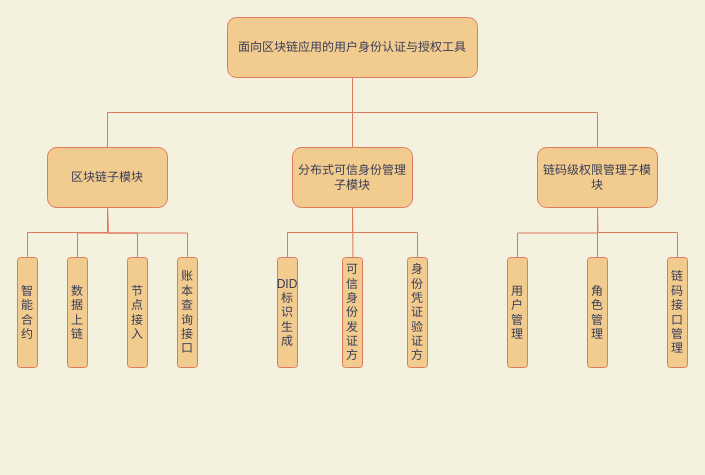
The draw.io diagram 系统模块图.drawio in doubleBeans/doubleBeans, before the edit. Source tidied: cells renumbered, new cells numbered last; positions are measured from the earlier drawing's top-left corner, leaving out a move shared by most shapes. Both pictures are drawn from the tidied source at 100%, with x=0, y=0 at pixel (17, 17).
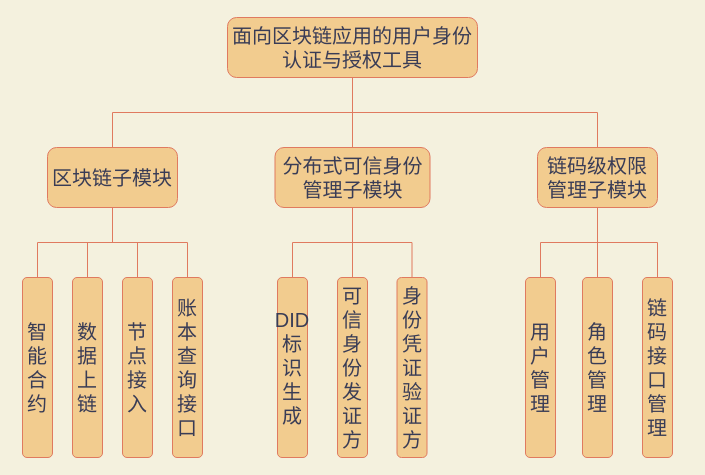
The same diagram, later.

Commit message:
Update 系统模块图.drawio

The edit, as a diff of the source:
```diff
@@
-    <mxCell id="2" style="edgeStyle=orthogonalEdgeStyle;rounded=0;jettySize=auto;html=1;exitX=0.5;exitY=1;exitDx=0;exitDy=0;entryX=0.5;entryY=0;entryDx=0;entryDy=0;fontFamily=Helvetica;endArrow=none;endFill=0;labelBackgroundColor=#F4F1DE;strokeColor=#E07A5F;fontColor=#393C56;" parent="1" edge="1" source="3" target="6">
+    <mxCell id="2" style="edgeStyle=orthogonalEdgeStyle;rounded=0;jettySize=auto;html=1;exitX=0.5;exitY=1;exitDx=0;exitDy=0;entryX=0.5;entryY=0;entryDx=0;entryDy=0;fontFamily=Helvetica;endArrow=none;endFill=0;labelBackgroundColor=#F4F1DE;strokeColor=#E07A5F;fontColor=#393C56;fontSize=20;" parent="1" edge="1" source="3" target="6">
       <mxGeometry relative="1" as="geometry" />
     </mxCell>
-    <mxCell id="3" value="面向区块链应用的用户身份认证与授权工具" style="rounded=1;whiteSpace=wrap;html=1;fillColor=#F2CC8F;strokeColor=#E07A5F;fontColor=#393C56;" parent="1" vertex="1">
+    <mxCell id="3" value="面向区块链应用的用户身份认证与授权工具" style="rounded=1;whiteSpace=wrap;html=1;fillColor=#F2CC8F;strokeColor=#E07A5F;fontColor=#393C56;fontSize=20;" parent="1" vertex="1">
       <mxGeometry x="210" width="250" height="60" as="geometry" />
     </mxCell>
-    <mxCell id="4" style="edgeStyle=orthogonalEdgeStyle;rounded=0;jettySize=auto;html=1;exitX=0.5;exitY=0;exitDx=0;exitDy=0;entryX=0.5;entryY=1;entryDx=0;entryDy=0;fontFamily=Helvetica;endArrow=none;endFill=0;labelBackgroundColor=#F4F1DE;strokeColor=#E07A5F;fontColor=#393C56;" parent="1" edge="1" source="5" target="3">
+    <mxCell id="4" style="edgeStyle=orthogonalEdgeStyle;rounded=0;jettySize=auto;html=1;exitX=0.5;exitY=0;exitDx=0;exitDy=0;entryX=0.5;entryY=1;entryDx=0;entryDy=0;fontFamily=Helvetica;endArrow=none;endFill=0;labelBackgroundColor=#F4F1DE;strokeColor=#E07A5F;fontColor=#393C56;fontSize=20;" parent="1" edge="1" source="5" target="3">
       <mxGeometry relative="1" as="geometry" />
     </mxCell>
-    <mxCell id="5" value="区块链子模块" style="rounded=1;whiteSpace=wrap;html=1;fillColor=#F2CC8F;strokeColor=#E07A5F;fontColor=#393C56;" parent="1" vertex="1">
-      <mxGeometry x="30" y="130" width="120" height="60" as="geometry" />
+    <mxCell id="5" value="区块链子模块" style="rounded=1;whiteSpace=wrap;html=1;fillColor=#F2CC8F;strokeColor=#E07A5F;fontColor=#393C56;fontSize=20;" parent="1" vertex="1">
+      <mxGeometry x="30" y="130" width="130" height="60" as="geometry" />
     </mxCell>
-    <mxCell id="6" value="分布式可信身份管理子模块" style="rounded=1;whiteSpace=wrap;html=1;fillColor=#F2CC8F;strokeColor=#E07A5F;fontColor=#393C56;" parent="1" vertex="1">
-      <mxGeometry x="275" y="130" width="120" height="60" as="geometry" />
+    <mxCell id="6" value="分布式可信身份管理子模块" style="rounded=1;whiteSpace=wrap;html=1;fillColor=#F2CC8F;strokeColor=#E07A5F;fontColor=#393C56;fontSize=20;" parent="1" vertex="1">
+      <mxGeometry x="257.5" y="130" width="155" height="60" as="geometry" />
     </mxCell>
-    <mxCell id="7" style="edgeStyle=orthogonalEdgeStyle;rounded=0;jettySize=auto;html=1;exitX=0.5;exitY=0;exitDx=0;exitDy=0;fontFamily=Helvetica;endArrow=none;endFill=0;labelBackgroundColor=#F4F1DE;strokeColor=#E07A5F;fontColor=#393C56;" parent="1" edge="1" source="8" target="3">
+    <mxCell id="7" style="edgeStyle=orthogonalEdgeStyle;rounded=0;jettySize=auto;html=1;exitX=0.5;exitY=0;exitDx=0;exitDy=0;fontFamily=Helvetica;endArrow=none;endFill=0;labelBackgroundColor=#F4F1DE;strokeColor=#E07A5F;fontColor=#393C56;fontSize=20;" parent="1" edge="1" source="8" target="3">
       <mxGeometry relative="1" as="geometry" />
     </mxCell>
-    <mxCell id="8" value="链码级权限管理子模块" style="rounded=1;whiteSpace=wrap;html=1;fillColor=#F2CC8F;strokeColor=#E07A5F;fontColor=#393C56;" parent="1" vertex="1">
+    <mxCell id="8" value="链码级权限管理子模块" style="rounded=1;whiteSpace=wrap;html=1;fillColor=#F2CC8F;strokeColor=#E07A5F;fontColor=#393C56;fontSize=20;" parent="1" vertex="1">
       <mxGeometry x="520" y="130" width="120" height="60" as="geometry" />
     </mxCell>
-    <mxCell id="9" style="edgeStyle=orthogonalEdgeStyle;rounded=0;jettySize=auto;html=1;exitX=0.5;exitY=0;exitDx=0;exitDy=0;entryX=0.5;entryY=1;entryDx=0;entryDy=0;fontFamily=Helvetica;endArrow=none;endFill=0;labelBackgroundColor=#F4F1DE;strokeColor=#E07A5F;fontColor=#393C56;" parent="1" edge="1" source="10" target="5">
+    <mxCell id="9" style="edgeStyle=orthogonalEdgeStyle;rounded=0;jettySize=auto;html=1;exitX=0.5;exitY=0;exitDx=0;exitDy=0;entryX=0.5;entryY=1;entryDx=0;entryDy=0;fontSize=20;endArrow=none;endFill=0;labelBackgroundColor=#F4F1DE;strokeColor=#E07A5F;fontColor=#393C56;" parent="1" edge="1" source="10" target="5">
       <mxGeometry relative="1" as="geometry" />
     </mxCell>
-    <mxCell id="10" value="智能合约" style="rounded=1;whiteSpace=wrap;html=1;imageWidth=24;imageHeight=24;fillColor=#F2CC8F;strokeColor=#E07A5F;fontColor=#393C56;" parent="1" vertex="1">
-      <mxGeometry y="240" width="20" height="110" as="geometry" />
+    <mxCell id="10" value="智能合约" style="rounded=1;whiteSpace=wrap;html=1;imageWidth=24;imageHeight=24;fillColor=#F2CC8F;strokeColor=#E07A5F;fontColor=#393C56;fontSize=20;flipH=1;" parent="1" vertex="1">
+      <mxGeometry x="5" y="260" width="30" height="180" as="geometry" />
     </mxCell>
-    <mxCell id="11" style="edgeStyle=orthogonalEdgeStyle;rounded=0;jettySize=auto;html=1;exitX=0.5;exitY=0;exitDx=0;exitDy=0;fontFamily=Helvetica;endArrow=none;endFill=0;labelBackgroundColor=#F4F1DE;strokeColor=#E07A5F;fontColor=#393C56;" parent="1" edge="1" source="12">
-      <mxGeometry relative="1" as="geometry">
-        <mxPoint x="90" y="190" as="targetPoint" />
-      </mxGeometry>
-    </mxCell>
+    <mxCell id="29" style="edgeStyle=orthogonalEdgeStyle;rounded=0;jettySize=auto;html=1;exitX=0.5;exitY=0;exitDx=0;exitDy=0;entryX=0.5;entryY=1;entryDx=0;entryDy=0;fontSize=20;endArrow=none;endFill=0;labelBackgroundColor=#F4F1DE;strokeColor=#E07A5F;fontColor=#393C56;" parent="1" edge="1" source="12" target="5">
+      <mxGeometry relative="1" as="geometry" />
+    </mxCell>
-    <mxCell id="12" value="数据上链" style="rounded=1;whiteSpace=wrap;html=1;imageWidth=24;imageHeight=24;fillColor=#F2CC8F;strokeColor=#E07A5F;fontColor=#393C56;" parent="1" vertex="1">
-      <mxGeometry x="50" y="240" width="20" height="110" as="geometry" />
+    <mxCell id="12" value="数据上链" style="rounded=1;whiteSpace=wrap;html=1;imageWidth=24;imageHeight=24;fillColor=#F2CC8F;strokeColor=#E07A5F;fontColor=#393C56;fontSize=20;flipH=1;" parent="1" vertex="1">
+      <mxGeometry x="55" y="260" width="30" height="180" as="geometry" />
     </mxCell>
-    <mxCell id="13" style="edgeStyle=orthogonalEdgeStyle;rounded=0;jettySize=auto;html=1;exitX=0.5;exitY=0;exitDx=0;exitDy=0;fontFamily=Helvetica;endArrow=none;endFill=0;labelBackgroundColor=#F4F1DE;strokeColor=#E07A5F;fontColor=#393C56;" parent="1" edge="1" source="14">
-      <mxGeometry relative="1" as="geometry">
-        <mxPoint x="90" y="190" as="targetPoint" />
-      </mxGeometry>
-    </mxCell>
+    <mxCell id="30" style="edgeStyle=orthogonalEdgeStyle;rounded=0;jettySize=auto;html=1;exitX=0.5;exitY=0;exitDx=0;exitDy=0;entryX=0.5;entryY=1;entryDx=0;entryDy=0;fontSize=20;endArrow=none;endFill=0;labelBackgroundColor=#F4F1DE;strokeColor=#E07A5F;fontColor=#393C56;" parent="1" edge="1" source="14" target="5">
+      <mxGeometry relative="1" as="geometry" />
+    </mxCell>
-    <mxCell id="14" value="节点接入" style="rounded=1;whiteSpace=wrap;html=1;imageWidth=24;imageHeight=24;fillColor=#F2CC8F;strokeColor=#E07A5F;fontColor=#393C56;" parent="1" vertex="1">
-      <mxGeometry x="110" y="240" width="20" height="110" as="geometry" />
+    <mxCell id="14" value="节点接入" style="rounded=1;whiteSpace=wrap;html=1;imageWidth=24;imageHeight=24;fillColor=#F2CC8F;strokeColor=#E07A5F;fontColor=#393C56;fontSize=20;flipH=1;" parent="1" vertex="1">
+      <mxGeometry x="105" y="260" width="30" height="180" as="geometry" />
     </mxCell>
-    <mxCell id="15" style="edgeStyle=orthogonalEdgeStyle;rounded=0;jettySize=auto;html=1;exitX=0.5;exitY=0;exitDx=0;exitDy=0;fontFamily=Helvetica;endArrow=none;endFill=0;labelBackgroundColor=#F4F1DE;strokeColor=#E07A5F;fontColor=#393C56;" parent="1" edge="1" source="16">
-      <mxGeometry relative="1" as="geometry">
-        <mxPoint x="90" y="190" as="targetPoint" />
-      </mxGeometry>
-    </mxCell>
+    <mxCell id="31" style="edgeStyle=orthogonalEdgeStyle;rounded=0;jettySize=auto;html=1;exitX=0.5;exitY=0;exitDx=0;exitDy=0;fontSize=20;endArrow=none;endFill=0;labelBackgroundColor=#F4F1DE;strokeColor=#E07A5F;fontColor=#393C56;" parent="1" edge="1" source="16" target="5">
+      <mxGeometry relative="1" as="geometry" />
+    </mxCell>
-    <mxCell id="16" value="账本查询接口" style="rounded=1;whiteSpace=wrap;html=1;imageWidth=24;imageHeight=24;fillColor=#F2CC8F;strokeColor=#E07A5F;fontColor=#393C56;" parent="1" vertex="1">
-      <mxGeometry x="160" y="240" width="20" height="110" as="geometry" />
+    <mxCell id="16" value="账本查询接口" style="rounded=1;whiteSpace=wrap;html=1;imageWidth=24;imageHeight=24;fillColor=#F2CC8F;strokeColor=#E07A5F;fontColor=#393C56;fontSize=20;flipH=1;" parent="1" vertex="1">
+      <mxGeometry x="155" y="260" width="30" height="180" as="geometry" />
     </mxCell>
-    <mxCell id="17" style="edgeStyle=orthogonalEdgeStyle;rounded=0;jettySize=auto;html=1;exitX=0.5;exitY=0;exitDx=0;exitDy=0;fontFamily=Helvetica;endArrow=none;endFill=0;labelBackgroundColor=#F4F1DE;strokeColor=#E07A5F;fontColor=#393C56;" parent="1" edge="1" source="18" target="6">
+    <mxCell id="17" style="edgeStyle=orthogonalEdgeStyle;rounded=0;jettySize=auto;html=1;exitX=0.5;exitY=0;exitDx=0;exitDy=0;fontSize=20;endArrow=none;endFill=0;labelBackgroundColor=#F4F1DE;strokeColor=#E07A5F;fontColor=#393C56;" parent="1" edge="1" source="18" target="6">
       <mxGeometry relative="1" as="geometry" />
     </mxCell>
-    <mxCell id="18" value="DID标识生成" style="rounded=1;whiteSpace=wrap;html=1;fontFamily=Helvetica;imageWidth=24;imageHeight=24;fillColor=#F2CC8F;strokeColor=#E07A5F;fontColor=#393C56;" parent="1" vertex="1">
-      <mxGeometry x="260" y="240" width="20" height="110" as="geometry" />
+    <mxCell id="18" value="DID标识生成" style="rounded=1;whiteSpace=wrap;html=1;fontFamily=Helvetica;imageWidth=24;imageHeight=24;fillColor=#F2CC8F;strokeColor=#E07A5F;fontColor=#393C56;fontSize=20;flipH=1;" parent="1" vertex="1">
+      <mxGeometry x="260" y="260" width="30" height="180" as="geometry" />
     </mxCell>
-    <mxCell id="19" style="edgeStyle=orthogonalEdgeStyle;rounded=0;jettySize=auto;html=1;fontFamily=Helvetica;endArrow=none;endFill=0;labelBackgroundColor=#F4F1DE;strokeColor=#E07A5F;fontColor=#393C56;" parent="1" edge="1" target="6">
-      <mxGeometry relative="1" as="geometry">
-        <mxPoint x="335" y="290" as="sourcePoint" />
-      </mxGeometry>
-    </mxCell>
+    <mxCell id="32" style="edgeStyle=orthogonalEdgeStyle;rounded=0;jettySize=auto;html=1;exitX=0.5;exitY=0;exitDx=0;exitDy=0;entryX=0.5;entryY=1;entryDx=0;entryDy=0;fontSize=20;endArrow=none;endFill=0;labelBackgroundColor=#F4F1DE;strokeColor=#E07A5F;fontColor=#393C56;" parent="1" edge="1" source="20" target="6">
+      <mxGeometry relative="1" as="geometry" />
+    </mxCell>
-    <mxCell id="20" value="可信身份发证方" style="rounded=1;whiteSpace=wrap;html=1;fontFamily=Helvetica;imageWidth=24;imageHeight=24;fillColor=#F2CC8F;strokeColor=#E07A5F;fontColor=#393C56;" parent="1" vertex="1">
-      <mxGeometry x="325" y="240" width="20" height="110" as="geometry" />
+    <mxCell id="20" value="可信身份发证方" style="rounded=1;whiteSpace=wrap;html=1;fontFamily=Helvetica;imageWidth=24;imageHeight=24;fillColor=#F2CC8F;strokeColor=#E07A5F;fontColor=#393C56;fontSize=20;flipH=1;" parent="1" vertex="1">
+      <mxGeometry x="320" y="260" width="30" height="180" as="geometry" />
     </mxCell>
-    <mxCell id="21" style="edgeStyle=orthogonalEdgeStyle;rounded=0;jettySize=auto;html=1;exitX=0.5;exitY=0;exitDx=0;exitDy=0;entryX=0.5;entryY=1;entryDx=0;entryDy=0;fontFamily=Helvetica;endArrow=none;endFill=0;labelBackgroundColor=#F4F1DE;strokeColor=#E07A5F;fontColor=#393C56;" parent="1" edge="1" source="22" target="6">
+    <mxCell id="21" style="edgeStyle=orthogonalEdgeStyle;rounded=0;jettySize=auto;html=1;exitX=0.5;exitY=0;exitDx=0;exitDy=0;fontSize=20;endArrow=none;endFill=0;labelBackgroundColor=#F4F1DE;strokeColor=#E07A5F;fontColor=#393C56;" parent="1" edge="1" source="22" target="6">
       <mxGeometry relative="1" as="geometry" />
     </mxCell>
-    <mxCell id="22" value="身份凭证验证方" style="rounded=1;whiteSpace=wrap;html=1;fontFamily=Helvetica;imageWidth=24;imageHeight=24;fillColor=#F2CC8F;strokeColor=#E07A5F;fontColor=#393C56;" parent="1" vertex="1">
-      <mxGeometry x="390" y="240" width="20" height="110" as="geometry" />
+    <mxCell id="22" value="身份凭证验证方" style="rounded=1;whiteSpace=wrap;html=1;fontFamily=Helvetica;imageWidth=24;imageHeight=24;fillColor=#F2CC8F;strokeColor=#E07A5F;fontColor=#393C56;fontSize=20;flipH=1;" parent="1" vertex="1">
+      <mxGeometry x="379.5" y="260" width="30" height="180" as="geometry" />
     </mxCell>
-    <mxCell id="23" style="edgeStyle=orthogonalEdgeStyle;rounded=0;jettySize=auto;html=1;exitX=0.5;exitY=0;exitDx=0;exitDy=0;fontFamily=Helvetica;endArrow=none;endFill=0;labelBackgroundColor=#F4F1DE;strokeColor=#E07A5F;fontColor=#393C56;" parent="1" edge="1" source="24">
-      <mxGeometry relative="1" as="geometry">
-        <mxPoint x="580" y="190" as="targetPoint" />
-      </mxGeometry>
-    </mxCell>
+    <mxCell id="33" style="edgeStyle=orthogonalEdgeStyle;rounded=0;jettySize=auto;html=1;exitX=0.5;exitY=0;exitDx=0;exitDy=0;entryX=0.5;entryY=1;entryDx=0;entryDy=0;fontSize=20;endArrow=none;endFill=0;labelBackgroundColor=#F4F1DE;strokeColor=#E07A5F;fontColor=#393C56;" parent="1" edge="1" source="24" target="8">
+      <mxGeometry relative="1" as="geometry" />
+    </mxCell>
-    <mxCell id="24" value="用户管理" style="rounded=1;whiteSpace=wrap;html=1;fontFamily=Helvetica;imageWidth=24;imageHeight=24;fillColor=#F2CC8F;strokeColor=#E07A5F;fontColor=#393C56;" parent="1" vertex="1">
-      <mxGeometry x="490" y="240" width="20" height="110" as="geometry" />
+    <mxCell id="24" value="用户管理" style="rounded=1;whiteSpace=wrap;html=1;fontFamily=Helvetica;imageWidth=24;imageHeight=24;fillColor=#F2CC8F;strokeColor=#E07A5F;fontColor=#393C56;fontSize=20;" parent="1" vertex="1">
+      <mxGeometry x="508" y="260" width="30" height="180" as="geometry" />
     </mxCell>
-    <mxCell id="25" style="edgeStyle=orthogonalEdgeStyle;rounded=0;jettySize=auto;html=1;exitX=0.5;exitY=0;exitDx=0;exitDy=0;fontFamily=Helvetica;endArrow=none;endFill=0;labelBackgroundColor=#F4F1DE;strokeColor=#E07A5F;fontColor=#393C56;" parent="1" edge="1" source="26">
-      <mxGeometry relative="1" as="geometry">
-        <mxPoint x="580" y="190" as="targetPoint" />
-      </mxGeometry>
-    </mxCell>
+    <mxCell id="34" style="edgeStyle=orthogonalEdgeStyle;rounded=0;jettySize=auto;html=1;exitX=0.5;exitY=0;exitDx=0;exitDy=0;entryX=0.5;entryY=1;entryDx=0;entryDy=0;fontSize=20;endArrow=none;endFill=0;labelBackgroundColor=#F4F1DE;strokeColor=#E07A5F;fontColor=#393C56;" parent="1" edge="1" source="26" target="8">
+      <mxGeometry relative="1" as="geometry" />
+    </mxCell>
-    <mxCell id="26" value="角色管理" style="rounded=1;whiteSpace=wrap;html=1;fontFamily=Helvetica;imageWidth=24;imageHeight=24;fillColor=#F2CC8F;strokeColor=#E07A5F;fontColor=#393C56;" parent="1" vertex="1">
-      <mxGeometry x="570" y="240" width="20" height="110" as="geometry" />
+    <mxCell id="26" value="角色管理" style="rounded=1;whiteSpace=wrap;html=1;fontFamily=Helvetica;imageWidth=24;imageHeight=24;fillColor=#F2CC8F;strokeColor=#E07A5F;fontColor=#393C56;fontSize=20;" parent="1" vertex="1">
+      <mxGeometry x="565" y="260" width="30" height="180" as="geometry" />
     </mxCell>
-    <mxCell id="27" style="edgeStyle=orthogonalEdgeStyle;rounded=0;jettySize=auto;html=1;exitX=0.5;exitY=0;exitDx=0;exitDy=0;entryX=0.5;entryY=1;entryDx=0;entryDy=0;fontFamily=Helvetica;endArrow=none;endFill=0;labelBackgroundColor=#F4F1DE;strokeColor=#E07A5F;fontColor=#393C56;" parent="1" edge="1" source="28" target="8">
+    <mxCell id="27" style="edgeStyle=orthogonalEdgeStyle;rounded=0;jettySize=auto;html=1;exitX=0.5;exitY=0;exitDx=0;exitDy=0;entryX=0.5;entryY=1;entryDx=0;entryDy=0;fontSize=20;endArrow=none;endFill=0;labelBackgroundColor=#F4F1DE;strokeColor=#E07A5F;fontColor=#393C56;" parent="1" edge="1" source="28" target="8">
       <mxGeometry relative="1" as="geometry" />
     </mxCell>
-    <mxCell id="28" value="链码接口管理" style="rounded=1;whiteSpace=wrap;html=1;fontFamily=Helvetica;imageWidth=24;imageHeight=24;fillColor=#F2CC8F;strokeColor=#E07A5F;fontColor=#393C56;" parent="1" vertex="1">
-      <mxGeometry x="650" y="240" width="20" height="110" as="geometry" />
+    <mxCell id="28" value="链码接口管理" style="rounded=1;whiteSpace=wrap;html=1;fontFamily=Helvetica;imageWidth=24;imageHeight=24;fillColor=#F2CC8F;strokeColor=#E07A5F;fontColor=#393C56;fontSize=20;" parent="1" vertex="1">
+      <mxGeometry x="625" y="260" width="30" height="180" as="geometry" />
     </mxCell>
```
